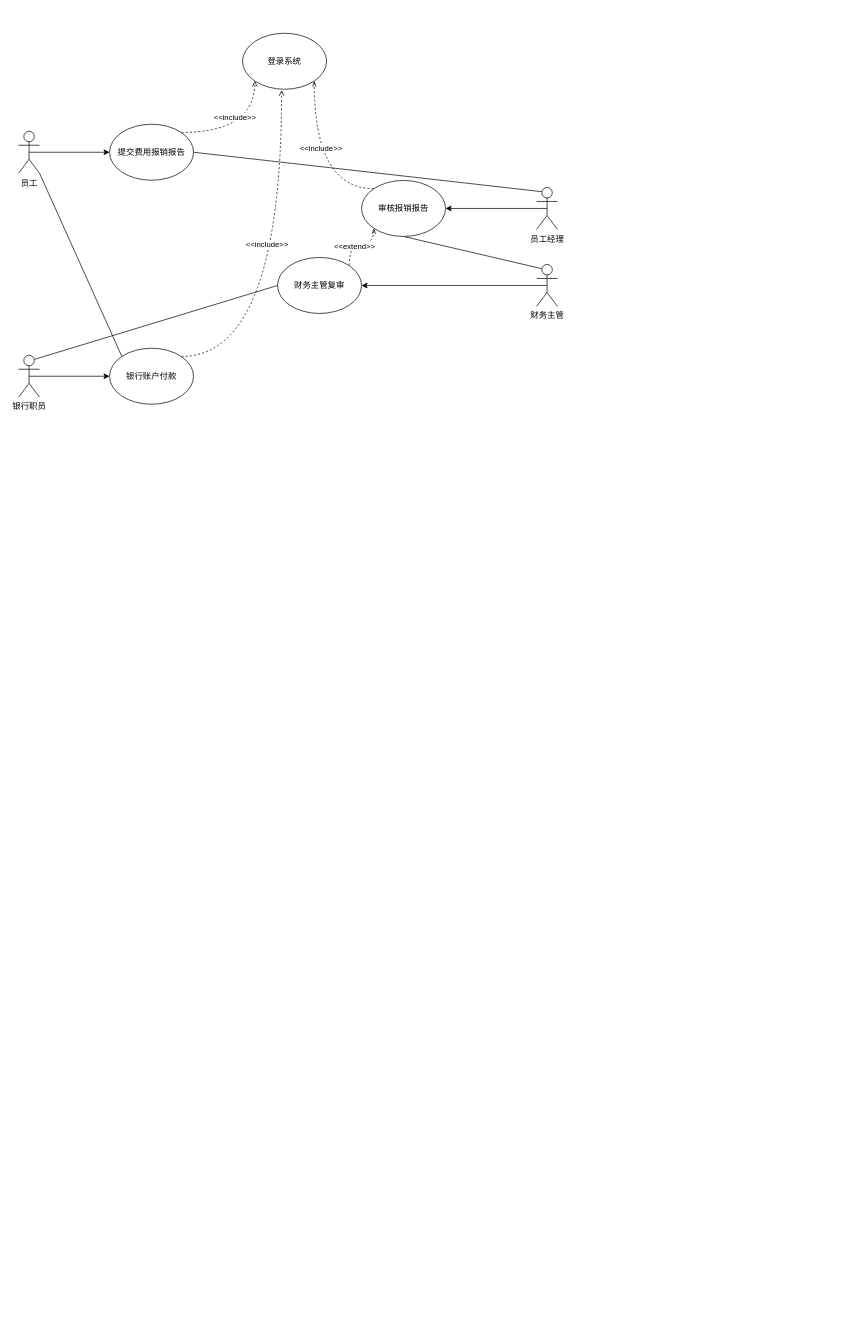
The draw.io diagram HW2.1.drawio in JackyBlackson/System-Class-Charts, before the edit. Source tidied: cells renumbered, new cells numbered last; positions are measured from the earlier drawing's top-left corner, leaving out a move shared by most shapes. Both pictures are drawn from the tidied source at 70%, with x=0, y=0 at pixel (18, 33).
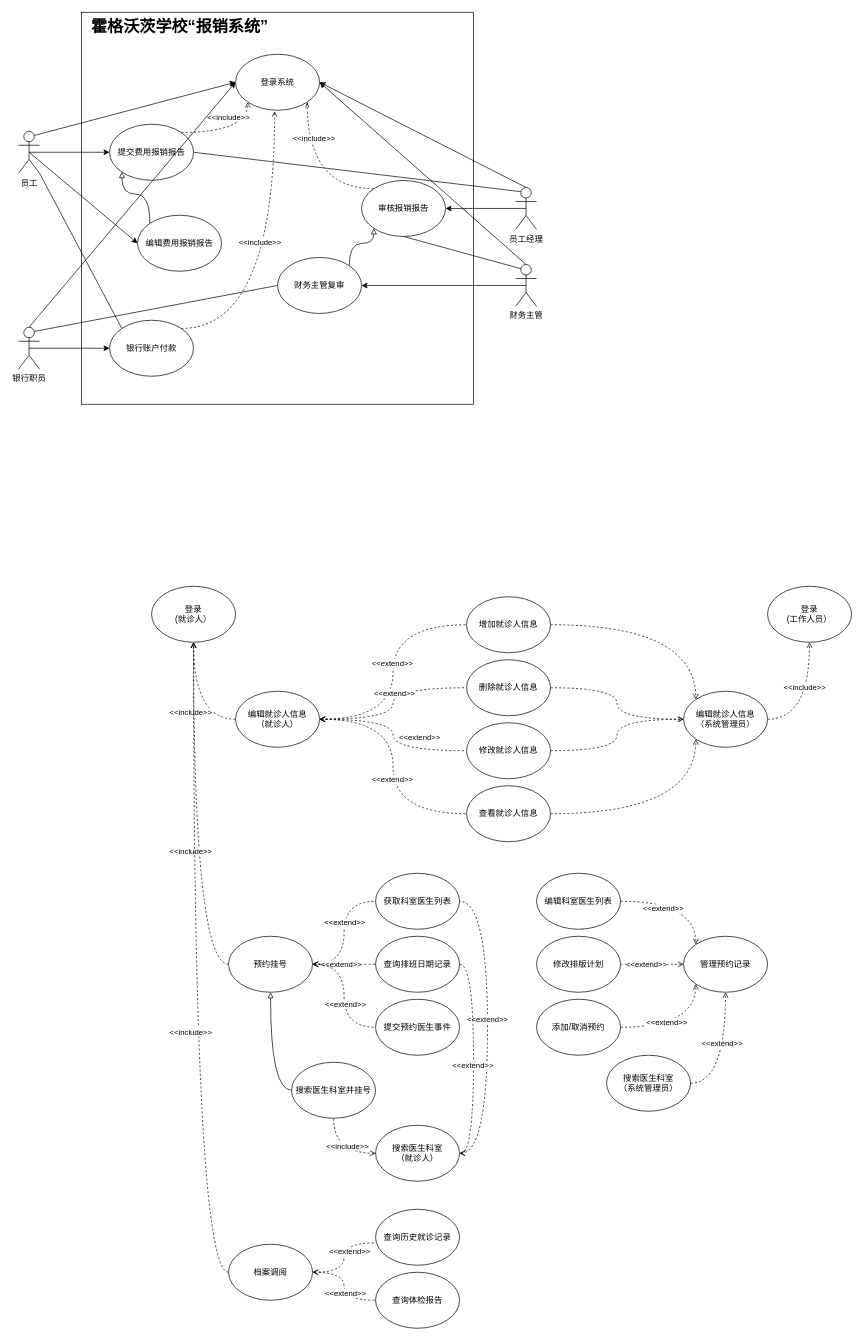
After the change.

Unchanged cells that the change refers to:
```xml
<mxCell id="6" value="提交费用报销报告" style="ellipse;whiteSpace=wrap;html=1;" parent="1" vertex="1">
  <mxGeometry x="130" y="130" width="120" height="80" as="geometry" />
</mxCell>
<mxCell id="9" value="员工" style="shape=umlActor;verticalLabelPosition=bottom;verticalAlign=top;html=1;outlineConnect=0;" parent="1" vertex="1">
  <mxGeometry y="140" width="30" height="60" as="geometry" />
</mxCell>
<mxCell id="11" value="审核报销报告" style="ellipse;whiteSpace=wrap;html=1;" parent="1" vertex="1">
  <mxGeometry x="490" y="210.3" width="120" height="80" as="geometry" />
</mxCell>
<mxCell id="15" value="财务主管复审" style="ellipse;whiteSpace=wrap;html=1;" parent="1" vertex="1">
  <mxGeometry x="370" y="320.3" width="120" height="80" as="geometry" />
</mxCell>
<mxCell id="20" style="edgeStyle=orthogonalEdgeStyle;jettySize=auto;html=1;exitX=0;exitY=0;exitDx=0;exitDy=0;entryX=1;entryY=1;entryDx=0;entryDy=0;curved=1;endArrow=openThin;endFill=0;dashed=1;" parent="1" edge="1" source="11" target="2">
  <mxGeometry relative="1" as="geometry" />
</mxCell>
```

What changed in the source:
```diff
@@
+    <mxCell id="27" style="whiteSpace=wrap;html=1;" parent="1" vertex="1">
+      <mxGeometry x="90" y="-30" width="560" height="560" as="geometry" />
+    </mxCell>
     <mxCell id="2" value="登录系统" style="ellipse;whiteSpace=wrap;html=1;" parent="1" vertex="1">
-      <mxGeometry x="320" width="120" height="80" as="geometry" />
+      <mxGeometry x="310" y="30" width="120" height="80" as="geometry" />
     </mxCell>
@@
+    <mxCell id="28" style="rounded=0;jettySize=auto;html=1;exitX=0.5;exitY=0.5;exitDx=0;exitDy=0;exitPerimeter=0;entryX=0;entryY=0.5;entryDx=0;entryDy=0;" parent="1" edge="1" source="9" target="35">
+      <mxGeometry relative="1" as="geometry" />
+    </mxCell>
+    <mxCell id="29" style="rounded=0;jettySize=auto;html=1;exitX=0.75;exitY=0.1;exitDx=0;exitDy=0;exitPerimeter=0;entryX=0;entryY=0.5;entryDx=0;entryDy=0;" parent="1" edge="1" source="9" target="2">
+      <mxGeometry relative="1" as="geometry" />
+    </mxCell>
@@
-    <mxCell id="12" style="edgeStyle=orthogonalEdgeStyle;jettySize=auto;html=1;exitX=1;exitY=0;exitDx=0;exitDy=0;entryX=0;entryY=1;entryDx=0;entryDy=0;curved=1;endArrow=openThin;endFill=0;dashed=1;" parent="1" edge="1" source="15" target="11">
+    <mxCell id="12" style="edgeStyle=orthogonalEdgeStyle;jettySize=auto;html=1;exitX=1;exitY=0;exitDx=0;exitDy=0;entryX=0;entryY=1;entryDx=0;entryDy=0;curved=1;endArrow=block;endFill=0;" parent="1" edge="1" source="15" target="11">
       <mxGeometry relative="1" as="geometry" />
     </mxCell>
-    <mxCell id="13" value="&amp;lt;&amp;lt;extend&amp;gt;&amp;gt;" style="edgeLabel;html=1;align=center;verticalAlign=middle;" parent="12" vertex="1">
-      <mxGeometry x="-0.13" y="-3" relative="1" as="geometry" />
-    </mxCell>
@@
+    <mxCell id="30" style="rounded=0;jettySize=auto;html=1;exitX=0.5;exitY=0;exitDx=0;exitDy=0;exitPerimeter=0;entryX=1;entryY=0.5;entryDx=0;entryDy=0;" parent="1" edge="1" source="17" target="2">
+      <mxGeometry relative="1" as="geometry" />
+    </mxCell>
     <mxCell id="17" value="员工经理" style="shape=umlActor;verticalLabelPosition=bottom;verticalAlign=top;html=1;outlineConnect=0;" parent="1" vertex="1">
-      <mxGeometry x="740" y="220.3" width="30" height="60" as="geometry" />
+      <mxGeometry x="710" y="220.3" width="30" height="60" as="geometry" />
     </mxCell>
@@
+    <mxCell id="31" style="rounded=0;jettySize=auto;html=1;exitX=0.5;exitY=0;exitDx=0;exitDy=0;exitPerimeter=0;entryX=1;entryY=0.5;entryDx=0;entryDy=0;" parent="1" edge="1" source="19" target="2">
+      <mxGeometry relative="1" as="geometry" />
+    </mxCell>
     <mxCell id="19" value="财务主管" style="shape=umlActor;verticalLabelPosition=bottom;verticalAlign=top;html=1;outlineConnect=0;" parent="1" vertex="1">
-      <mxGeometry x="740" y="330.3" width="30" height="60" as="geometry" />
+      <mxGeometry x="710" y="330.3" width="30" height="60" as="geometry" />
     </mxCell>
@@
     <mxCell id="21" value="&amp;lt;&amp;lt;include&amp;gt;&amp;gt;" style="edgeLabel;html=1;align=center;verticalAlign=middle;" parent="20" vertex="1">
       <mxGeometry x="-0.13" y="-3" relative="1" as="geometry">
-        <mxPoint x="6" y="-39" as="offset" />
+        <mxPoint x="6" y="-72" as="offset" />
       </mxGeometry>
     </mxCell>
@@
     <mxCell id="24" value="银行账户付款" style="ellipse;whiteSpace=wrap;html=1;" parent="1" vertex="1">
-      <mxGeometry x="130" y="450" width="120" height="80" as="geometry" />
+      <mxGeometry x="130" y="410" width="120" height="80" as="geometry" />
     </mxCell>
@@
+    <mxCell id="32" style="rounded=0;jettySize=auto;html=1;exitX=0.5;exitY=0;exitDx=0;exitDy=0;exitPerimeter=0;entryX=0;entryY=0.5;entryDx=0;entryDy=0;" parent="1" edge="1" source="26" target="2">
+      <mxGeometry relative="1" as="geometry" />
+    </mxCell>
     <mxCell id="26" value="银行职员" style="shape=umlActor;verticalLabelPosition=bottom;verticalAlign=top;html=1;outlineConnect=0;" parent="1" vertex="1">
-      <mxGeometry y="460" width="30" height="60" as="geometry" />
+      <mxGeometry y="420" width="30" height="60" as="geometry" />
     </mxCell>
+    <mxCell id="33" value="霍格沃茨学校“报销系统”" style="text;html=1;align=center;verticalAlign=middle;strokeColor=none;fillColor=none;fontSize=23;fontStyle=1;" parent="1" vertex="1">
+      <mxGeometry x="90" y="-30" width="280" height="40" as="geometry" />
+    </mxCell>
+    <mxCell id="34" style="edgeStyle=orthogonalEdgeStyle;jettySize=auto;html=1;exitX=0;exitY=0;exitDx=0;exitDy=0;entryX=0;entryY=1;entryDx=0;entryDy=0;curved=1;endArrow=block;endFill=0;" parent="1" edge="1" source="35" target="6">
+      <mxGeometry relative="1" as="geometry">
+        <Array as="points">
+          <mxPoint x="188" y="230" />
+          <mxPoint x="148" y="230" />
+        </Array>
+      </mxGeometry>
+    </mxCell>
+    <mxCell id="35" value="编辑费用报销报告" style="ellipse;whiteSpace=wrap;html=1;" parent="1" vertex="1">
+      <mxGeometry x="170" y="260" width="120" height="80" as="geometry" />
+    </mxCell>
+    <mxCell id="36" value="登录&lt;br&gt;(就诊人）" style="ellipse;whiteSpace=wrap;html=1;" parent="1" vertex="1">
+      <mxGeometry x="190" y="790" width="120" height="80" as="geometry" />
+    </mxCell>
+    <mxCell id="37" style="edgeStyle=orthogonalEdgeStyle;jettySize=auto;html=1;exitX=1;exitY=0.5;exitDx=0;exitDy=0;entryX=0;entryY=0.5;entryDx=0;entryDy=0;curved=1;endArrow=none;endFill=0;dashed=1;startArrow=open;startFill=0;" parent="1" edge="1" source="45" target="48">
+      <mxGeometry relative="1" as="geometry" />
+    </mxCell>
+    <mxCell id="38" value="&amp;lt;&amp;lt;extend&amp;gt;&amp;gt;" style="edgeLabel;html=1;align=center;verticalAlign=middle;" parent="37" vertex="1">
+      <mxGeometry x="0.08" y="2" relative="1" as="geometry" />
+    </mxCell>
+    <mxCell id="39" style="edgeStyle=orthogonalEdgeStyle;jettySize=auto;html=1;exitX=1;exitY=0.5;exitDx=0;exitDy=0;entryX=0;entryY=0.5;entryDx=0;entryDy=0;curved=1;endArrow=none;endFill=0;dashed=1;startArrow=open;startFill=0;" parent="1" edge="1" source="45" target="50">
+      <mxGeometry relative="1" as="geometry" />
+    </mxCell>
+    <mxCell id="40" value="&amp;lt;&amp;lt;extend&amp;gt;&amp;gt;" style="edgeLabel;html=1;align=center;verticalAlign=middle;" parent="39" vertex="1">
+      <mxGeometry x="0.12" y="-1" relative="1" as="geometry" />
+    </mxCell>
+    <mxCell id="41" style="edgeStyle=orthogonalEdgeStyle;jettySize=auto;html=1;exitX=1;exitY=0.5;exitDx=0;exitDy=0;entryX=0;entryY=0.5;entryDx=0;entryDy=0;curved=1;endArrow=none;endFill=0;dashed=1;startArrow=open;startFill=0;" parent="1" edge="1" source="45" target="54">
+      <mxGeometry relative="1" as="geometry" />
+    </mxCell>
+    <mxCell id="42" value="&amp;lt;&amp;lt;extend&amp;gt;&amp;gt;" style="edgeLabel;html=1;align=center;verticalAlign=middle;" parent="41" vertex="1">
+      <mxGeometry x="0.1" y="-2" relative="1" as="geometry" />
+    </mxCell>
+    <mxCell id="43" style="edgeStyle=orthogonalEdgeStyle;jettySize=auto;html=1;exitX=0;exitY=0.5;exitDx=0;exitDy=0;entryX=0.5;entryY=1;entryDx=0;entryDy=0;curved=1;dashed=1;endArrow=open;endFill=0;" parent="1" edge="1" source="45" target="36">
+      <mxGeometry relative="1" as="geometry" />
+    </mxCell>
+    <mxCell id="44" value="&amp;lt;&amp;lt;include&amp;gt;&amp;gt;" style="edgeLabel;html=1;align=center;verticalAlign=middle;" parent="43" vertex="1">
+      <mxGeometry x="-0.17" y="5" relative="1" as="geometry" />
+    </mxCell>
+    <mxCell id="45" value="&lt;div&gt;编辑就诊人信息&lt;/div&gt;&lt;div&gt;（就诊人）&lt;/div&gt;" style="ellipse;whiteSpace=wrap;html=1;" parent="1" vertex="1">
+      <mxGeometry x="310" y="940" width="120" height="80" as="geometry" />
+    </mxCell>
+    <mxCell id="46" value="&lt;div&gt;获取科室医生列表&lt;/div&gt;" style="ellipse;whiteSpace=wrap;html=1;" parent="1" vertex="1">
+      <mxGeometry x="510" y="1200" width="120" height="80" as="geometry" />
+    </mxCell>
+    <mxCell id="47" style="edgeStyle=orthogonalEdgeStyle;jettySize=auto;html=1;exitX=1;exitY=0.5;exitDx=0;exitDy=0;entryX=0;entryY=0;entryDx=0;entryDy=0;curved=1;dashed=1;endArrow=open;endFill=0;" parent="1" edge="1" source="48" target="99">
+      <mxGeometry relative="1" as="geometry" />
+    </mxCell>
+    <mxCell id="48" value="&lt;div&gt;增加就诊人信息&lt;/div&gt;" style="ellipse;whiteSpace=wrap;html=1;" parent="1" vertex="1">
+      <mxGeometry x="640" y="805" width="120" height="80" as="geometry" />
+    </mxCell>
+    <mxCell id="49" style="edgeStyle=orthogonalEdgeStyle;jettySize=auto;html=1;exitX=1;exitY=0.5;exitDx=0;exitDy=0;curved=1;dashed=1;endArrow=open;endFill=0;" parent="1" edge="1" source="50" target="99">
+      <mxGeometry relative="1" as="geometry" />
+    </mxCell>
+    <mxCell id="50" value="&lt;div&gt;删除就诊人信息&lt;/div&gt;" style="ellipse;whiteSpace=wrap;html=1;" parent="1" vertex="1">
+      <mxGeometry x="640" y="895" width="120" height="80" as="geometry" />
+    </mxCell>
+    <mxCell id="51" style="edgeStyle=orthogonalEdgeStyle;jettySize=auto;html=1;exitX=1;exitY=0.5;exitDx=0;exitDy=0;entryX=0;entryY=0.5;entryDx=0;entryDy=0;curved=1;dashed=1;endArrow=open;endFill=0;" parent="1" edge="1" source="52" target="99">
+      <mxGeometry relative="1" as="geometry" />
+    </mxCell>
+    <mxCell id="52" value="&lt;div&gt;修改就诊人信息&lt;/div&gt;" style="ellipse;whiteSpace=wrap;html=1;" parent="1" vertex="1">
+      <mxGeometry x="640" y="985" width="120" height="80" as="geometry" />
+    </mxCell>
+    <mxCell id="53" style="edgeStyle=orthogonalEdgeStyle;jettySize=auto;html=1;exitX=1;exitY=0.5;exitDx=0;exitDy=0;entryX=0;entryY=1;entryDx=0;entryDy=0;curved=1;dashed=1;endArrow=open;endFill=0;" parent="1" edge="1" source="54" target="99">
+      <mxGeometry relative="1" as="geometry" />
+    </mxCell>
+    <mxCell id="54" value="&lt;div&gt;查看就诊人信息&lt;/div&gt;" style="ellipse;whiteSpace=wrap;html=1;" parent="1" vertex="1">
+      <mxGeometry x="640" y="1075" width="120" height="80" as="geometry" />
+    </mxCell>
+    <mxCell id="55" style="edgeStyle=orthogonalEdgeStyle;jettySize=auto;html=1;exitX=1;exitY=0.5;exitDx=0;exitDy=0;entryX=0;entryY=0.5;entryDx=0;entryDy=0;curved=1;endArrow=none;endFill=0;dashed=1;startArrow=open;startFill=0;" parent="1" edge="1" source="45" target="52">
+      <mxGeometry relative="1" as="geometry" />
+    </mxCell>
+    <mxCell id="56" value="&amp;lt;&amp;lt;extend&amp;gt;&amp;gt;" style="edgeLabel;html=1;align=center;verticalAlign=middle;" parent="55" vertex="1">
+      <mxGeometry x="0.55" y="5" relative="1" as="geometry">
+        <mxPoint x="-11" y="-15" as="offset" />
+      </mxGeometry>
+    </mxCell>
+    <mxCell id="57" value="&amp;lt;&amp;lt;include&amp;gt;&amp;gt;" style="edgeStyle=orthogonalEdgeStyle;jettySize=auto;html=1;exitX=0;exitY=0.5;exitDx=0;exitDy=0;entryX=0.5;entryY=1;entryDx=0;entryDy=0;curved=1;dashed=1;endArrow=none;endFill=0;startArrow=open;startFill=0;" parent="1" edge="1" source="61" target="74">
+      <mxGeometry x="-0.27" y="-10" relative="1" as="geometry" />
+    </mxCell>
+    <mxCell id="58" value="&amp;lt;&amp;lt;extend&amp;gt;&amp;gt;" style="edgeStyle=orthogonalEdgeStyle;jettySize=auto;html=1;exitX=1;exitY=0.5;exitDx=0;exitDy=0;entryX=1;entryY=0.5;entryDx=0;entryDy=0;curved=1;dashed=1;endArrow=none;endFill=0;startArrow=open;startFill=0;" parent="1" edge="1" source="61" target="46">
+      <mxGeometry x="0.05" relative="1" as="geometry">
+        <Array as="points">
+          <mxPoint x="670" y="1600" />
+          <mxPoint x="670" y="1240" />
+        </Array>
+      </mxGeometry>
+    </mxCell>
+    <mxCell id="59" style="edgeStyle=orthogonalEdgeStyle;jettySize=auto;html=1;exitX=1;exitY=0.5;exitDx=0;exitDy=0;entryX=1;entryY=0.5;entryDx=0;entryDy=0;curved=1;endArrow=none;endFill=0;dashed=1;startArrow=open;startFill=0;" parent="1" edge="1" source="61" target="62">
+      <mxGeometry relative="1" as="geometry" />
+    </mxCell>
+    <mxCell id="60" value="&amp;lt;&amp;lt;extend&amp;gt;&amp;gt;" style="edgeLabel;html=1;align=center;verticalAlign=middle;" parent="59" vertex="1">
+      <mxGeometry x="-0.06" y="2" relative="1" as="geometry" />
+    </mxCell>
+    <mxCell id="61" value="&lt;div&gt;搜索医生科室&lt;/div&gt;&lt;div&gt;（就诊人）&lt;/div&gt;" style="ellipse;whiteSpace=wrap;html=1;" parent="1" vertex="1">
+      <mxGeometry x="510" y="1560" width="120" height="80" as="geometry" />
+    </mxCell>
+    <mxCell id="62" value="&lt;div&gt;查询排班日期记录&lt;/div&gt;" style="ellipse;whiteSpace=wrap;html=1;" parent="1" vertex="1">
+      <mxGeometry x="510" y="1290" width="120" height="80" as="geometry" />
+    </mxCell>
+    <mxCell id="63" value="&lt;div&gt;提交预约医生事件&lt;/div&gt;" style="ellipse;whiteSpace=wrap;html=1;" parent="1" vertex="1">
+      <mxGeometry x="510" y="1380" width="120" height="80" as="geometry" />
+    </mxCell>
+    <mxCell id="64" style="edgeStyle=orthogonalEdgeStyle;jettySize=auto;html=1;entryX=0.5;entryY=1;entryDx=0;entryDy=0;curved=1;dashed=1;endArrow=open;endFill=0;exitX=0;exitY=0.5;exitDx=0;exitDy=0;" parent="1" edge="1" source="72" target="36">
+      <mxGeometry relative="1" as="geometry" />
+    </mxCell>
+    <mxCell id="65" value="&amp;lt;&amp;lt;include&amp;gt;&amp;gt;" style="edgeLabel;html=1;align=center;verticalAlign=middle;" parent="64" vertex="1">
+      <mxGeometry x="-0.17" y="5" relative="1" as="geometry" />
+    </mxCell>
+    <mxCell id="66" style="edgeStyle=orthogonalEdgeStyle;jettySize=auto;html=1;exitX=1;exitY=0.5;exitDx=0;exitDy=0;entryX=0;entryY=0.5;entryDx=0;entryDy=0;curved=1;dashed=1;endArrow=none;endFill=0;startArrow=open;startFill=0;" parent="1" edge="1" source="72" target="46">
+      <mxGeometry relative="1" as="geometry" />
+    </mxCell>
+    <mxCell id="67" value="&amp;lt;&amp;lt;extend&amp;gt;&amp;gt;" style="edgeLabel;html=1;align=center;verticalAlign=middle;" parent="66" vertex="1">
+      <mxGeometry x="0.17" relative="1" as="geometry" />
+    </mxCell>
+    <mxCell id="68" style="edgeStyle=orthogonalEdgeStyle;jettySize=auto;html=1;exitX=1;exitY=0.5;exitDx=0;exitDy=0;entryX=0;entryY=0.5;entryDx=0;entryDy=0;curved=1;dashed=1;endArrow=none;endFill=0;startArrow=open;startFill=0;" parent="1" edge="1" source="72" target="62">
+      <mxGeometry relative="1" as="geometry" />
+    </mxCell>
+    <mxCell id="69" value="&amp;lt;&amp;lt;extend&amp;gt;&amp;gt;" style="edgeLabel;html=1;align=center;verticalAlign=middle;" parent="68" vertex="1">
+      <mxGeometry x="0.18" relative="1" as="geometry">
+        <mxPoint x="-13" as="offset" />
+      </mxGeometry>
+    </mxCell>
+    <mxCell id="70" style="edgeStyle=orthogonalEdgeStyle;jettySize=auto;html=1;exitX=1;exitY=0.5;exitDx=0;exitDy=0;entryX=0;entryY=0.5;entryDx=0;entryDy=0;curved=1;dashed=1;endArrow=none;endFill=0;startArrow=open;startFill=0;" parent="1" edge="1" source="72" target="63">
+      <mxGeometry relative="1" as="geometry" />
+    </mxCell>
+    <mxCell id="71" value="&amp;lt;&amp;lt;extend&amp;gt;&amp;gt;" style="edgeLabel;html=1;align=center;verticalAlign=middle;" parent="70" vertex="1">
+      <mxGeometry x="0.12" y="1" relative="1" as="geometry" />
+    </mxCell>
+    <mxCell id="72" value="预约挂号" style="ellipse;whiteSpace=wrap;html=1;" parent="1" vertex="1">
+      <mxGeometry x="300" y="1290" width="120" height="80" as="geometry" />
+    </mxCell>
+    <mxCell id="73" style="edgeStyle=orthogonalEdgeStyle;jettySize=auto;html=1;exitX=0;exitY=0.5;exitDx=0;exitDy=0;entryX=0.5;entryY=1;entryDx=0;entryDy=0;endArrow=block;endFill=0;curved=1;" parent="1" edge="1" source="74" target="72">
+      <mxGeometry relative="1" as="geometry" />
+    </mxCell>
+    <mxCell id="74" value="&lt;div&gt;搜索医生科室并挂号&lt;/div&gt;" style="ellipse;whiteSpace=wrap;html=1;" parent="1" vertex="1">
+      <mxGeometry x="390" y="1470" width="120" height="80" as="geometry" />
+    </mxCell>
+    <mxCell id="75" style="edgeStyle=orthogonalEdgeStyle;jettySize=auto;html=1;exitX=1;exitY=0.5;exitDx=0;exitDy=0;entryX=-0.021;entryY=0.602;entryDx=0;entryDy=0;entryPerimeter=0;curved=1;dashed=1;endArrow=none;endFill=0;startArrow=open;startFill=0;" parent="1" edge="1" source="79" target="82">
+      <mxGeometry relative="1" as="geometry" />
+    </mxCell>
+    <mxCell id="76" value="&amp;lt;&amp;lt;extend&amp;gt;&amp;gt;" style="edgeLabel;html=1;align=center;verticalAlign=middle;" parent="75" vertex="1">
+      <mxGeometry x="0.16" y="-7" relative="1" as="geometry" />
+    </mxCell>
+    <mxCell id="77" style="edgeStyle=orthogonalEdgeStyle;jettySize=auto;html=1;exitX=1;exitY=0.5;exitDx=0;exitDy=0;entryX=0;entryY=0.5;entryDx=0;entryDy=0;curved=1;dashed=1;endArrow=none;endFill=0;startArrow=open;startFill=0;" parent="1" edge="1" source="79" target="83">
+      <mxGeometry relative="1" as="geometry" />
+    </mxCell>
+    <mxCell id="78" value="&amp;lt;&amp;lt;extend&amp;gt;&amp;gt;" style="edgeLabel;html=1;align=center;verticalAlign=middle;" parent="77" vertex="1">
+      <mxGeometry x="0.14" y="1" relative="1" as="geometry" />
+    </mxCell>
+    <mxCell id="79" value="档案调阅" style="ellipse;whiteSpace=wrap;html=1;" parent="1" vertex="1">
+      <mxGeometry x="300" y="1730" width="120" height="80" as="geometry" />
+    </mxCell>
+    <mxCell id="80" style="edgeStyle=orthogonalEdgeStyle;jettySize=auto;html=1;entryX=0.5;entryY=1;entryDx=0;entryDy=0;curved=1;dashed=1;endArrow=open;endFill=0;exitX=0;exitY=0.5;exitDx=0;exitDy=0;" parent="1" edge="1" source="79" target="36">
+      <mxGeometry relative="1" as="geometry" />
+    </mxCell>
+    <mxCell id="81" value="&amp;lt;&amp;lt;include&amp;gt;&amp;gt;" style="edgeLabel;html=1;align=center;verticalAlign=middle;" parent="80" vertex="1">
+      <mxGeometry x="-0.17" y="5" relative="1" as="geometry" />
+    </mxCell>
+    <mxCell id="82" value="查询历史就诊记录" style="ellipse;whiteSpace=wrap;html=1;" parent="1" vertex="1">
+      <mxGeometry x="510" y="1680" width="120" height="80" as="geometry" />
+    </mxCell>
+    <mxCell id="83" value="查询体检报告" style="ellipse;whiteSpace=wrap;html=1;" parent="1" vertex="1">
+      <mxGeometry x="510" y="1770" width="120" height="80" as="geometry" />
+    </mxCell>
+    <mxCell id="84" style="edgeStyle=orthogonalEdgeStyle;jettySize=auto;html=1;exitX=1;exitY=0.5;exitDx=0;exitDy=0;entryX=0;entryY=0;entryDx=0;entryDy=0;curved=1;endArrow=open;endFill=0;dashed=1;" parent="1" edge="1" source="86" target="93">
+      <mxGeometry relative="1" as="geometry" />
+    </mxCell>
+    <mxCell id="85" value="&amp;lt;&amp;lt;extend&amp;gt;&amp;gt;" style="edgeLabel;html=1;align=center;verticalAlign=middle;" parent="84" vertex="1">
+      <mxGeometry x="-0.57" y="-2" relative="1" as="geometry">
+        <mxPoint x="24" y="8" as="offset" />
+      </mxGeometry>
+    </mxCell>
+    <mxCell id="86" value="编辑科室医生列表" style="ellipse;whiteSpace=wrap;html=1;" parent="1" vertex="1">
+      <mxGeometry x="740" y="1200" width="120" height="80" as="geometry" />
+    </mxCell>
+    <mxCell id="87" style="edgeStyle=orthogonalEdgeStyle;jettySize=auto;html=1;exitX=1;exitY=0.5;exitDx=0;exitDy=0;curved=1;entryX=0;entryY=0.5;entryDx=0;entryDy=0;endArrow=open;endFill=0;dashed=1;" parent="1" edge="1" source="89" target="93">
+      <mxGeometry relative="1" as="geometry" />
+    </mxCell>
+    <mxCell id="88" value="&amp;lt;&amp;lt;extend&amp;gt;&amp;gt;" style="edgeLabel;html=1;align=center;verticalAlign=middle;" parent="87" vertex="1">
+      <mxGeometry x="-0.2" y="1" relative="1" as="geometry" />
+    </mxCell>
+    <mxCell id="89" value="修改排版计划" style="ellipse;whiteSpace=wrap;html=1;" parent="1" vertex="1">
+      <mxGeometry x="740" y="1290" width="120" height="80" as="geometry" />
+    </mxCell>
+    <mxCell id="90" style="edgeStyle=orthogonalEdgeStyle;jettySize=auto;html=1;exitX=1;exitY=0.5;exitDx=0;exitDy=0;entryX=0;entryY=1;entryDx=0;entryDy=0;curved=1;endArrow=open;endFill=0;dashed=1;" parent="1" edge="1" source="92" target="93">
+      <mxGeometry relative="1" as="geometry" />
+    </mxCell>
+    <mxCell id="91" value="&amp;lt;&amp;lt;extend&amp;gt;&amp;gt;" style="edgeLabel;html=1;align=center;verticalAlign=middle;" parent="90" vertex="1">
+      <mxGeometry x="-0.23" y="8" relative="1" as="geometry" />
+    </mxCell>
+    <mxCell id="92" value="添加/取消预约" style="ellipse;whiteSpace=wrap;html=1;" parent="1" vertex="1">
+      <mxGeometry x="740" y="1380" width="120" height="80" as="geometry" />
+    </mxCell>
+    <mxCell id="93" value="管理预约记录" style="ellipse;whiteSpace=wrap;html=1;" parent="1" vertex="1">
+      <mxGeometry x="950" y="1290" width="120" height="80" as="geometry" />
+    </mxCell>
+    <mxCell id="94" style="edgeStyle=orthogonalEdgeStyle;jettySize=auto;html=1;exitX=1;exitY=0.5;exitDx=0;exitDy=0;entryX=0.5;entryY=1;entryDx=0;entryDy=0;curved=1;dashed=1;endArrow=open;endFill=0;" parent="1" edge="1" source="96" target="93">
+      <mxGeometry relative="1" as="geometry" />
+    </mxCell>
+    <mxCell id="95" value="&amp;lt;&amp;lt;extend&amp;gt;&amp;gt;" style="edgeLabel;html=1;align=center;verticalAlign=middle;" parent="94" vertex="1">
+      <mxGeometry x="0.19" y="6" relative="1" as="geometry" />
+    </mxCell>
+    <mxCell id="96" value="&lt;div&gt;搜索医生科室&lt;/div&gt;&lt;div&gt;（系统管理员）&lt;/div&gt;" style="ellipse;whiteSpace=wrap;html=1;" parent="1" vertex="1">
+      <mxGeometry x="840" y="1460" width="120" height="80" as="geometry" />
+    </mxCell>
+    <mxCell id="97" style="edgeStyle=orthogonalEdgeStyle;jettySize=auto;html=1;exitX=1;exitY=0.5;exitDx=0;exitDy=0;dashed=1;curved=1;endArrow=open;endFill=0;" parent="1" edge="1" source="99" target="100">
+      <mxGeometry relative="1" as="geometry" />
+    </mxCell>
+    <mxCell id="98" value="&amp;lt;&amp;lt;include&amp;gt;&amp;gt;" style="edgeLabel;html=1;align=center;verticalAlign=middle;" parent="97" vertex="1">
+      <mxGeometry x="0.26" y="8" relative="1" as="geometry" />
+    </mxCell>
+    <mxCell id="99" value="&lt;div&gt;编辑就诊人信息&lt;/div&gt;&lt;div&gt;（系统管理员）&lt;/div&gt;" style="ellipse;whiteSpace=wrap;html=1;" parent="1" vertex="1">
+      <mxGeometry x="950" y="940" width="120" height="80" as="geometry" />
+    </mxCell>
+    <mxCell id="100" value="登录&lt;br&gt;(工作人员）" style="ellipse;whiteSpace=wrap;html=1;" parent="1" vertex="1">
+      <mxGeometry x="1070" y="790" width="120" height="80" as="geometry" />
+    </mxCell>
```
